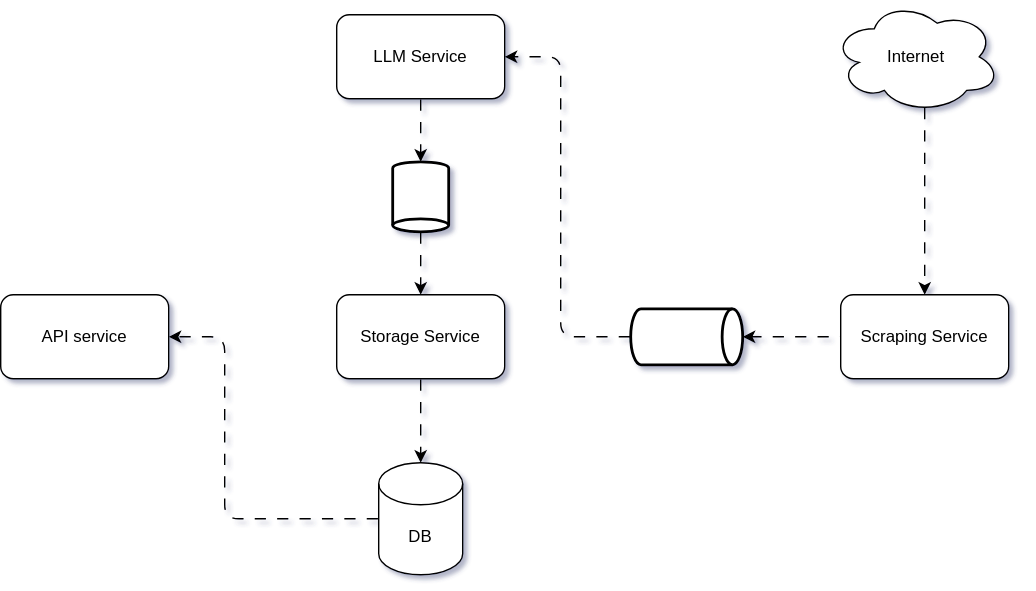
Before: assets/system_architecture.svg, a diagram exported from draw.io (Mustapha-Innocer/news-aggregator). Source tidied: cells renumbered, new cells last; positions are measured from the earlier drawing's top-left corner, leaving out a move shared by most shapes. Its diagram source:
```xml
<mxGraphModel shadow="1">
  <root>
    <mxCell id="0" />
    <mxCell id="1" parent="0" />
    <mxCell id="2" style="edgeStyle=none;html=1;exitX=1;exitY=0.5;exitDx=0;exitDy=0;flowAnimation=1;" parent="1" edge="1" source="3" target="9">
      <mxGeometry relative="1" as="geometry" />
    </mxCell>
    <mxCell id="3" value="Scraping Service" style="rounded=1;whiteSpace=wrap;html=1;" parent="1" vertex="1">
      <mxGeometry x="600" y="210" width="120" height="60" as="geometry" />
    </mxCell>
    <mxCell id="4" value="LLM Service" style="rounded=1;whiteSpace=wrap;html=1;" parent="1" vertex="1">
      <mxGeometry x="240" y="10" width="120" height="60" as="geometry" />
    </mxCell>
    <mxCell id="5" style="edgeStyle=none;html=1;exitX=0;exitY=0.5;exitDx=0;exitDy=0;exitPerimeter=0;entryX=1;entryY=0.5;entryDx=0;entryDy=0;flowAnimation=1;" parent="1" edge="1" source="6" target="7">
      <mxGeometry relative="1" as="geometry">
        <Array as="points">
          <mxPoint x="160" y="370" />
          <mxPoint x="160" y="240" />
        </Array>
      </mxGeometry>
    </mxCell>
    <mxCell id="6" value="DB" style="shape=cylinder3;whiteSpace=wrap;html=1;boundedLbl=1;backgroundOutline=1;size=15;" parent="1" vertex="1">
      <mxGeometry x="270" y="330" width="60" height="80" as="geometry" />
    </mxCell>
    <mxCell id="7" value="API service" style="rounded=1;whiteSpace=wrap;html=1;" parent="1" vertex="1">
      <mxGeometry y="210" width="120" height="60" as="geometry" />
    </mxCell>
    <mxCell id="8" style="edgeStyle=none;html=1;exitX=0;exitY=0.5;exitDx=0;exitDy=0;exitPerimeter=0;entryX=1;entryY=0.5;entryDx=0;entryDy=0;flowAnimation=1;" parent="1" edge="1" source="9" target="4">
      <mxGeometry relative="1" as="geometry">
        <Array as="points">
          <mxPoint x="400" y="240" />
          <mxPoint x="400" y="40" />
        </Array>
      </mxGeometry>
    </mxCell>
    <mxCell id="9" style="strokeWidth=2;html=1;shape=mxgraph.flowchart.direct_data;whiteSpace=wrap;" parent="1" vertex="1">
      <mxGeometry x="450" y="220" width="80" height="40" as="geometry" />
    </mxCell>
    <mxCell id="10" style="edgeStyle=none;html=1;exitX=0.55;exitY=0.95;exitDx=0;exitDy=0;exitPerimeter=0;entryX=0.5;entryY=0;entryDx=0;entryDy=0;fixDash=0;noJump=0;comic=0;flowAnimation=1;" parent="1" edge="1" source="11" target="3">
      <mxGeometry relative="1" as="geometry" />
    </mxCell>
    <mxCell id="11" value="Internet" style="ellipse;shape=cloud;whiteSpace=wrap;html=1;" parent="1" vertex="1">
      <mxGeometry x="594" width="120" height="80" as="geometry" />
    </mxCell>
    <mxCell id="12" value="Storage Service" style="rounded=1;whiteSpace=wrap;html=1;" parent="1" vertex="1">
      <mxGeometry x="240" y="210" width="120" height="60" as="geometry" />
    </mxCell>
    <mxCell id="13" style="edgeStyle=none;html=1;exitX=1;exitY=0.5;exitDx=0;exitDy=0;exitPerimeter=0;flowAnimation=1;" parent="1" edge="1" source="14" target="12">
      <mxGeometry relative="1" as="geometry" />
    </mxCell>
    <mxCell id="14" style="strokeWidth=2;html=1;shape=mxgraph.flowchart.direct_data;whiteSpace=wrap;rotation=90;" parent="1" vertex="1">
      <mxGeometry x="275" y="120" width="50" height="40" as="geometry" />
    </mxCell>
    <mxCell id="15" style="edgeStyle=none;html=1;exitX=0.5;exitY=1;exitDx=0;exitDy=0;entryX=0;entryY=0.5;entryDx=0;entryDy=0;entryPerimeter=0;flowAnimation=1;" parent="1" edge="1" source="4" target="14">
      <mxGeometry relative="1" as="geometry" />
    </mxCell>
    <mxCell id="16" style="edgeStyle=none;html=1;exitX=0.5;exitY=1;exitDx=0;exitDy=0;entryX=0.5;entryY=0;entryDx=0;entryDy=0;entryPerimeter=0;flowAnimation=1;" parent="1" edge="1" source="12" target="6">
      <mxGeometry relative="1" as="geometry" />
    </mxCell>
  </root>
</mxGraphModel>
```
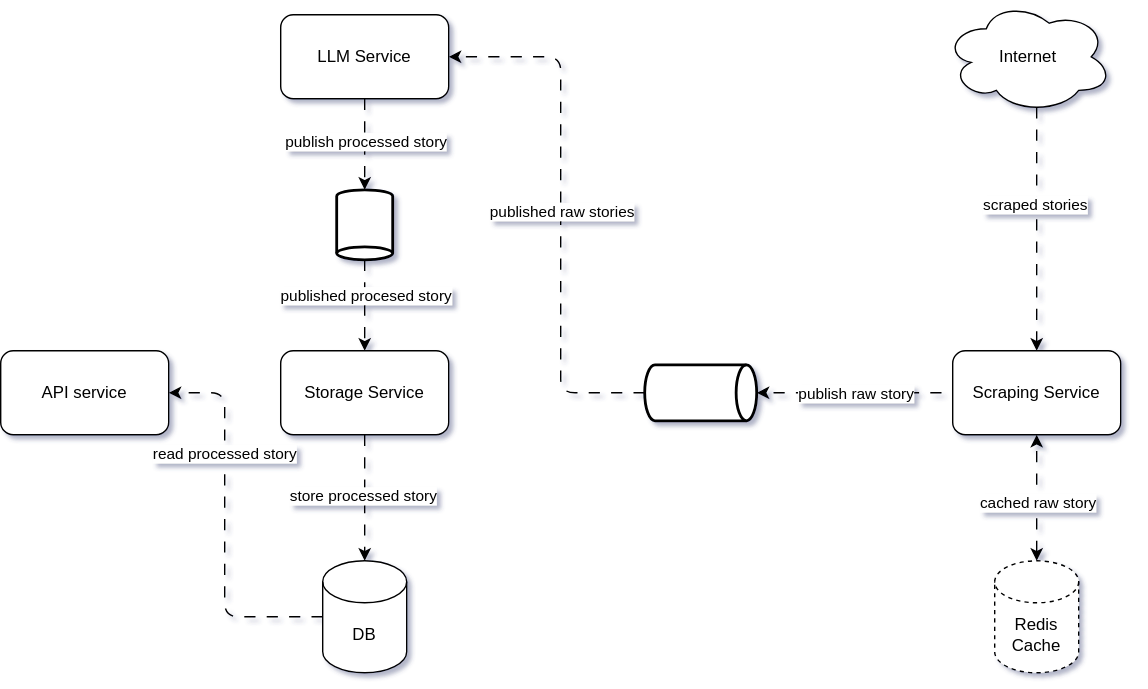
After the change.

Commit message:
updated the architecture diagram

The edit, as a diff of the source:
```diff
@@ -5,57 +5,95 @@
     <mxCell id="2" style="edgeStyle=none;html=1;exitX=1;exitY=0.5;exitDx=0;exitDy=0;flowAnimation=1;" parent="1" edge="1" source="3" target="9">
       <mxGeometry relative="1" as="geometry" />
     </mxCell>
+    <mxCell id="17" value="publish raw story" style="edgeLabel;html=1;align=center;verticalAlign=middle;" parent="2" vertex="1">
+      <mxGeometry x="0.66" y="-1" relative="1" as="geometry">
+        <mxPoint x="26" y="1" as="offset" />
+      </mxGeometry>
+    </mxCell>
     <mxCell id="3" value="Scraping Service" style="rounded=1;whiteSpace=wrap;html=1;" parent="1" vertex="1">
-      <mxGeometry x="600" y="210" width="120" height="60" as="geometry" />
+      <mxGeometry x="600" y="250" width="120" height="60" as="geometry" />
     </mxCell>
     <mxCell id="4" value="LLM Service" style="rounded=1;whiteSpace=wrap;html=1;" parent="1" vertex="1">
-      <mxGeometry x="240" y="10" width="120" height="60" as="geometry" />
+      <mxGeometry x="120" y="10" width="120" height="60" as="geometry" />
     </mxCell>
     <mxCell id="5" style="edgeStyle=none;html=1;exitX=0;exitY=0.5;exitDx=0;exitDy=0;exitPerimeter=0;entryX=1;entryY=0.5;entryDx=0;entryDy=0;flowAnimation=1;" parent="1" edge="1" source="6" target="7">
       <mxGeometry relative="1" as="geometry">
         <Array as="points">
-          <mxPoint x="160" y="370" />
-          <mxPoint x="160" y="240" />
+          <mxPoint x="80" y="440" />
+          <mxPoint x="80" y="280" />
         </Array>
       </mxGeometry>
     </mxCell>
+    <mxCell id="18" value="read processed story" style="edgeLabel;html=1;align=center;verticalAlign=middle;" parent="5" vertex="1">
+      <mxGeometry x="0.39" y="1" relative="1" as="geometry" />
+    </mxCell>
     <mxCell id="6" value="DB" style="shape=cylinder3;whiteSpace=wrap;html=1;boundedLbl=1;backgroundOutline=1;size=15;" parent="1" vertex="1">
-      <mxGeometry x="270" y="330" width="60" height="80" as="geometry" />
+      <mxGeometry x="150" y="400" width="60" height="80" as="geometry" />
     </mxCell>
     <mxCell id="7" value="API service" style="rounded=1;whiteSpace=wrap;html=1;" parent="1" vertex="1">
-      <mxGeometry y="210" width="120" height="60" as="geometry" />
+      <mxGeometry x="-80" y="250" width="120" height="60" as="geometry" />
     </mxCell>
     <mxCell id="8" style="edgeStyle=none;html=1;exitX=0;exitY=0.5;exitDx=0;exitDy=0;exitPerimeter=0;entryX=1;entryY=0.5;entryDx=0;entryDy=0;flowAnimation=1;" parent="1" edge="1" source="9" target="4">
       <mxGeometry relative="1" as="geometry">
         <Array as="points">
-          <mxPoint x="400" y="240" />
-          <mxPoint x="400" y="40" />
+          <mxPoint x="320" y="280" />
+          <mxPoint x="320" y="40" />
         </Array>
       </mxGeometry>
     </mxCell>
+    <mxCell id="19" value="published raw stories" style="edgeLabel;html=1;align=center;verticalAlign=middle;" parent="8" vertex="1">
+      <mxGeometry x="-0.42" y="-3" relative="1" as="geometry">
+        <mxPoint x="-3" y="-80" as="offset" />
+      </mxGeometry>
+    </mxCell>
     <mxCell id="9" style="strokeWidth=2;html=1;shape=mxgraph.flowchart.direct_data;whiteSpace=wrap;" parent="1" vertex="1">
-      <mxGeometry x="450" y="220" width="80" height="40" as="geometry" />
+      <mxGeometry x="380" y="260" width="80" height="40" as="geometry" />
     </mxCell>
     <mxCell id="10" style="edgeStyle=none;html=1;exitX=0.55;exitY=0.95;exitDx=0;exitDy=0;exitPerimeter=0;entryX=0.5;entryY=0;entryDx=0;entryDy=0;fixDash=0;noJump=0;comic=0;flowAnimation=1;" parent="1" edge="1" source="11" target="3">
       <mxGeometry relative="1" as="geometry" />
     </mxCell>
+    <mxCell id="20" value="scraped stories" style="edgeLabel;html=1;align=center;verticalAlign=middle;" parent="10" vertex="1">
+      <mxGeometry x="-0.21" y="-2" relative="1" as="geometry" />
+    </mxCell>
     <mxCell id="11" value="Internet" style="ellipse;shape=cloud;whiteSpace=wrap;html=1;" parent="1" vertex="1">
       <mxGeometry x="594" width="120" height="80" as="geometry" />
     </mxCell>
-    <mxCell id="12" value="Storage Service" style="rounded=1;whiteSpace=wrap;html=1;" parent="1" vertex="1">
-      <mxGeometry x="240" y="210" width="120" height="60" as="geometry" />
-    </mxCell>
     <mxCell id="13" style="edgeStyle=none;html=1;exitX=1;exitY=0.5;exitDx=0;exitDy=0;exitPerimeter=0;flowAnimation=1;" parent="1" edge="1" source="14" target="12">
       <mxGeometry relative="1" as="geometry" />
     </mxCell>
+    <mxCell id="21" value="published procesed story" style="edgeLabel;html=1;align=center;verticalAlign=middle;" parent="13" vertex="1">
+      <mxGeometry x="-0.32" relative="1" as="geometry">
+        <mxPoint y="3" as="offset" />
+      </mxGeometry>
+    </mxCell>
     <mxCell id="14" style="strokeWidth=2;html=1;shape=mxgraph.flowchart.direct_data;whiteSpace=wrap;rotation=90;" parent="1" vertex="1">
-      <mxGeometry x="275" y="120" width="50" height="40" as="geometry" />
+      <mxGeometry x="155" y="140" width="50" height="40" as="geometry" />
     </mxCell>
     <mxCell id="15" style="edgeStyle=none;html=1;exitX=0.5;exitY=1;exitDx=0;exitDy=0;entryX=0;entryY=0.5;entryDx=0;entryDy=0;entryPerimeter=0;flowAnimation=1;" parent="1" edge="1" source="4" target="14">
       <mxGeometry relative="1" as="geometry" />
     </mxCell>
+    <mxCell id="22" value="publish processed story" style="edgeLabel;html=1;align=center;verticalAlign=middle;" parent="15" vertex="1">
+      <mxGeometry x="-0.17" y="-1" relative="1" as="geometry">
+        <mxPoint x="1" y="3" as="offset" />
+      </mxGeometry>
+    </mxCell>
     <mxCell id="16" style="edgeStyle=none;html=1;exitX=0.5;exitY=1;exitDx=0;exitDy=0;entryX=0.5;entryY=0;entryDx=0;entryDy=0;entryPerimeter=0;flowAnimation=1;" parent="1" edge="1" source="12" target="6">
       <mxGeometry relative="1" as="geometry" />
     </mxCell>
+    <mxCell id="23" value="store processed story" style="edgeLabel;html=1;align=center;verticalAlign=middle;" parent="16" vertex="1">
+      <mxGeometry x="-0.04" y="-2" relative="1" as="geometry" />
+    </mxCell>
+    <mxCell id="24" value="Redis Cache" style="shape=cylinder3;whiteSpace=wrap;html=1;boundedLbl=1;backgroundOutline=1;size=15;dashed=1;" parent="1" vertex="1">
+      <mxGeometry x="630" y="400" width="60" height="80" as="geometry" />
+    </mxCell>
+    <mxCell id="25" style="endArrow=classic;startArrow=classic;html=1;entryX=0.5;entryY=1;entryDx=0;entryDy=0;exitX=0.5;exitY=0;exitDx=0;exitDy=0;exitPerimeter=0;flowAnimation=1;" parent="1" edge="1" source="24" target="3">
+      <mxGeometry relative="1" as="geometry" />
+    </mxCell>
+    <mxCell id="26" value="cached raw story" style="edgeLabel;html=1;align=center;verticalAlign=middle;" parent="25" vertex="1">
+      <mxGeometry x="-0.07" relative="1" as="geometry" />
+    </mxCell>
+    <mxCell id="12" value="Storage Service" style="rounded=1;whiteSpace=wrap;html=1;" parent="1" vertex="1">
+      <mxGeometry x="120" y="250" width="120" height="60" as="geometry" />
+    </mxCell>
   </root>
 </mxGraphModel>
```
